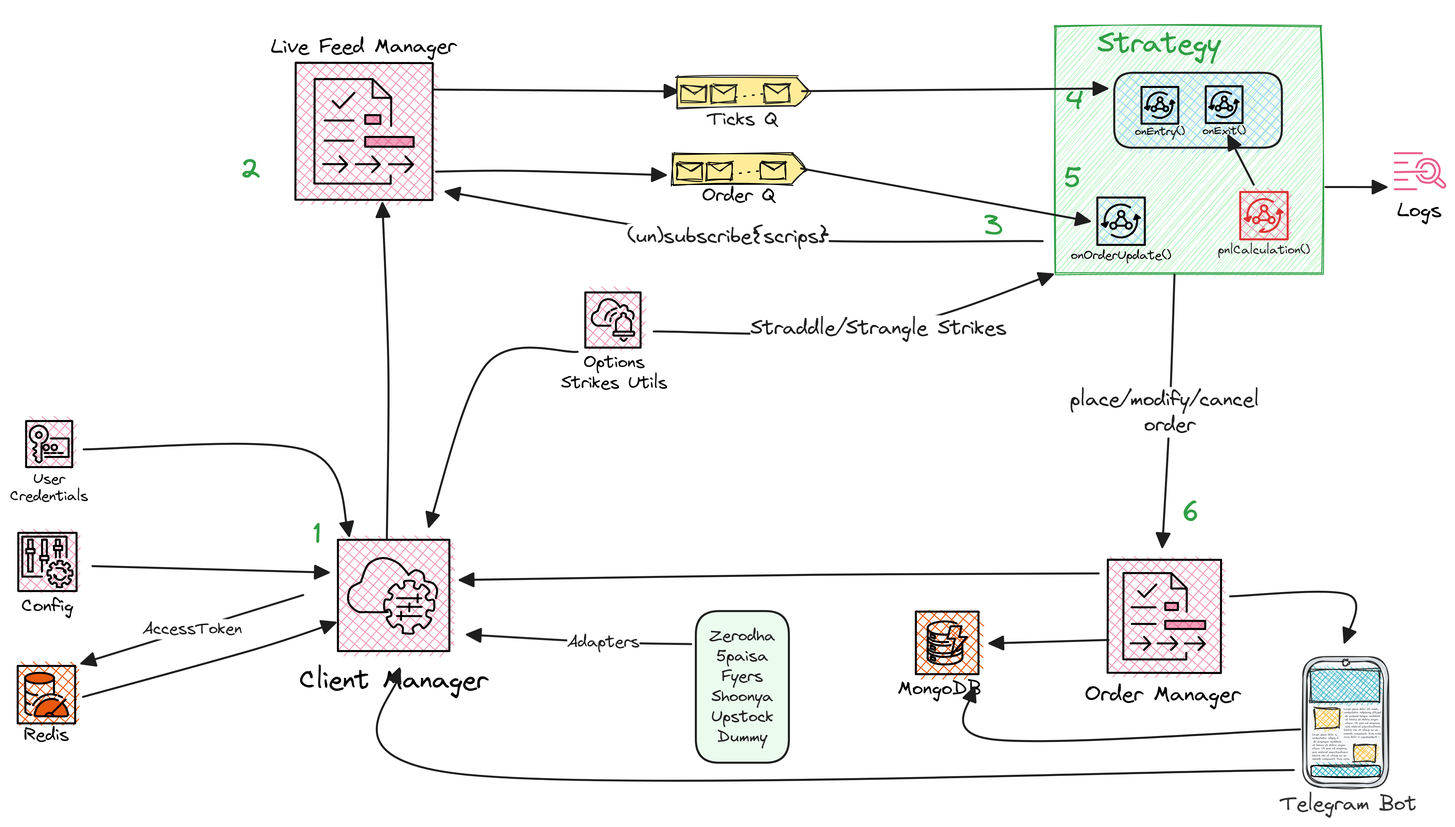
Before: options_strategies.png, a diagram exported from Excalidraw (P0W/option_strategies). Source tidied: one line per element, renumbered; positions are measured from the earlier drawing's top-left corner, leaving out a move shared by most shapes.
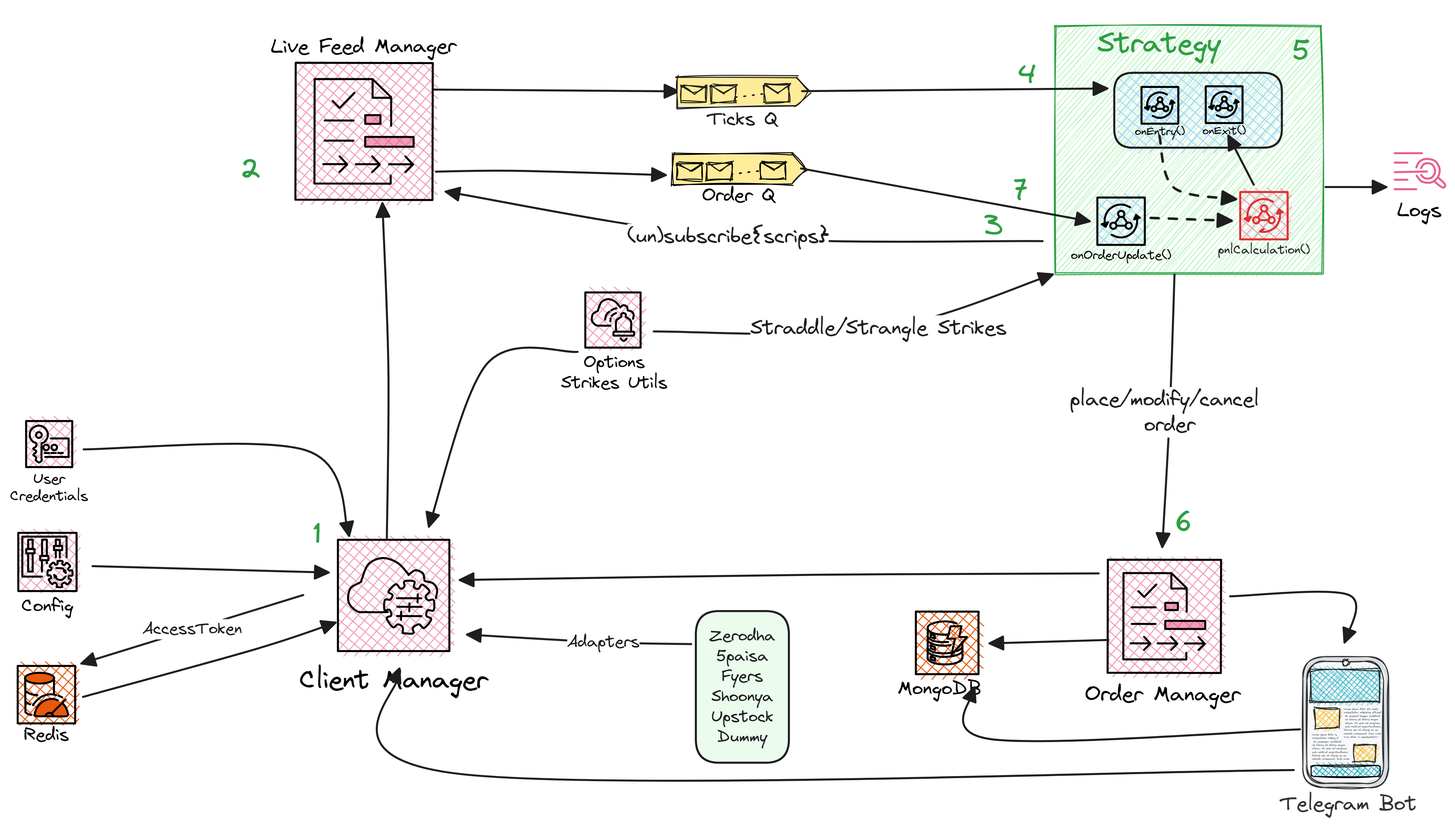
After the commit.

Change to the diagram source:
```diff
@@ -163,9 +163,9 @@
 {"id": 162, "type": "text", "text": "1", "strokeColor": "#2f9e44", "backgroundColor": "#e8590c", "fillStyle": "hachure", "strokeWidth": 2, "roughness": 0, "fontSize": 28, "fontFamily": 1, "textAlign": "right", "x": 300, "y": 502, "width": 8, "height": 35}
 {"id": 163, "type": "text", "text": "2", "strokeColor": "#2f9e44", "backgroundColor": "#e8590c", "fillStyle": "hachure", "strokeWidth": 2, "roughness": 0, "fontSize": 28, "fontFamily": 1, "textAlign": "right", "x": 228, "y": 141, "width": 20, "height": 35}
 {"id": 164, "type": "text", "text": "3", "strokeColor": "#2f9e44", "backgroundColor": "#e8590c", "fillStyle": "hachure", "strokeWidth": 2, "roughness": 0, "fontSize": 28, "fontFamily": 1, "textAlign": "right", "x": 963, "y": 196, "width": 19, "height": 35}
-{"id": 165, "type": "text", "text": "4", "strokeColor": "#2f9e44", "backgroundColor": "#e8590c", "fillStyle": "hachure", "strokeWidth": 2, "roughness": 0, "fontSize": 28, "fontFamily": 1, "textAlign": "right", "x": 1044, "y": 74, "width": 18, "height": 35}
+{"id": 165, "type": "text", "text": "4", "strokeColor": "#2f9e44", "backgroundColor": "#e8590c", "fillStyle": "hachure", "strokeWidth": 2, "roughness": 0, "fontSize": 28, "fontFamily": 1, "textAlign": "right", "x": 997, "y": 48, "width": 18, "height": 35}
-{"id": 166, "type": "text", "text": "5", "strokeColor": "#2f9e44", "backgroundColor": "#e8590c", "fillStyle": "hachure", "strokeWidth": 2, "roughness": 0, "fontSize": 28, "fontFamily": 1, "textAlign": "right", "x": 1042, "y": 149, "width": 17, "height": 35}
+{"id": 166, "type": "text", "text": "5", "strokeColor": "#2f9e44", "backgroundColor": "#e8590c", "fillStyle": "hachure", "strokeWidth": 2, "roughness": 0, "fontSize": 28, "fontFamily": 1, "textAlign": "right", "x": 1268, "y": 23, "width": 17, "height": 35}
-{"id": 167, "type": "text", "text": "6", "strokeColor": "#2f9e44", "backgroundColor": "#e8590c", "fillStyle": "hachure", "strokeWidth": 2, "roughness": 0, "fontSize": 28, "fontFamily": 1, "textAlign": "right", "x": 1159, "y": 481, "width": 18, "height": 35}
+{"id": 167, "type": "text", "text": "6", "strokeColor": "#2f9e44", "backgroundColor": "#e8590c", "fillStyle": "hachure", "strokeWidth": 2, "roughness": 0, "fontSize": 28, "fontFamily": 1, "textAlign": "right", "x": 1152, "y": 491, "width": 18, "height": 35}
 {"id": 168, "type": "text", "text": "Options\nStrikes Utils", "strokeColor": "#000000", "strokeWidth": 1, "roughness": 1, "fontSize": 16.95, "fontFamily": 1, "textAlign": "center", "x": 545, "y": 338, "width": 105, "height": 41}
 {"id": 169, "type": "rectangle", "strokeColor": "#000000", "backgroundColor": "#e6498088", "fillStyle": "cross-hatch", "strokeWidth": 2, "roughness": 0, "x": 569, "y": 279, "width": 55, "height": 55}
 {"id": 170, "type": "line", "strokeColor": "#000000", "strokeWidth": 2, "roughness": 0, "round": true, "x": 616, "y": 305, "width": 41, "height": 26, "points": [[0, 0], [1, -4], [-1, -7], [-5, -8], [-5, -9], [-6, -12], [-9, -13], [-13, -11], [-13, -12], [-18, -17], [-25, -19], [-31, -16], [-34, -9], [-35, -8], [-40, -5], [-41, 2], [-37, 6], [-32, 7], [-26, 7], [-22, 7]]}
@@ -230,3 +230,6 @@
 {"id": 229, "type": "arrow", "strokeColor": "#1e1e1e", "backgroundColor": "#e6498088", "fillStyle": "solid", "strokeWidth": 2, "roughness": 0, "endArrowhead": "triangle", "round": true, "from": 221, "to": 43, "x": 1269, "y": 751, "width": 884, "height": 104, "points": [[0, 0], [-824, 4], [-884, -100]]}
 {"id": 230, "type": "arrow", "strokeColor": "#1e1e1e", "backgroundColor": "#e6498088", "fillStyle": "solid", "strokeWidth": 2, "roughness": 0, "endArrowhead": "triangle", "round": true, "from": 227, "to": 117, "x": 1275, "y": 711, "width": 322, "height": 51, "points": [[0, 0], [-305, 10], [-322, -42]]}
 {"id": 231, "type": "arrow", "strokeColor": "#1e1e1e", "backgroundColor": "#e6498088", "fillStyle": "solid", "strokeWidth": 2, "roughness": 0, "endArrowhead": "triangle", "round": true, "from": 183, "to": 221, "x": 1206, "y": 579, "width": 117, "height": 47, "points": [[0, 0], [117, -1], [113, 46]]}
+{"id": 232, "type": "arrow", "strokeColor": "#1e1e1e", "backgroundColor": "#e6498088", "fillStyle": "solid", "strokeWidth": 2, "strokeStyle": "dashed", "roughness": 0, "endArrowhead": "triangle", "round": true, "from": 74, "to": 206, "x": 1136, "y": 124, "width": 76, "height": 63, "points": [[0, 0], [14, 51], [76, 63]]}
+{"id": 233, "type": "text", "text": "7", "strokeColor": "#2f9e44", "backgroundColor": "#e8590c", "fillStyle": "hachure", "strokeWidth": 2, "roughness": 0, "fontSize": 28, "fontFamily": 1, "textAlign": "right", "x": 992, "y": 162, "width": 15, "height": 35}
+{"id": 234, "type": "arrow", "strokeColor": "#1e1e1e", "backgroundColor": "#e6498088", "fillStyle": "solid", "strokeWidth": 2, "strokeStyle": "dashed", "roughness": 0, "endArrowhead": "triangle", "round": true, "from": 98, "to": 206, "x": 1128, "y": 205, "width": 80, "height": 3, "points": [[0, 0], [80, 3]]}
```
